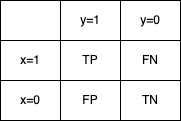
Earlier version of the draw.io export machine_learning/confusion_diagram.drawio.png (analytiq-hub/sigagent.github.io). Source tidied: cells renumbered, new cells last; positions are measured from the earlier drawing's top-left corner, leaving out a move shared by most shapes.
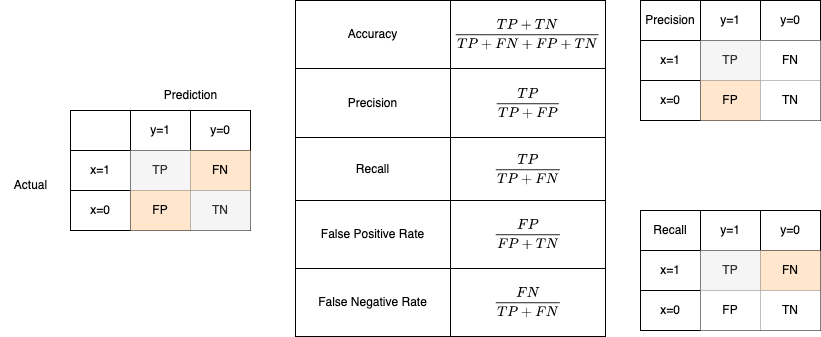
After the commit.

What changed in the source:
```diff
@@ -1,4 +1,4 @@
-<mxGraphModel>
+<mxGraphModel math="1">
   <root>
     <mxCell id="0" />
     <mxCell id="1" parent="0" />
@@ -23,10 +23,10 @@
     <mxCell id="8" value="x=1" style="shape=partialRectangle;html=1;whiteSpace=wrap;overflow=hidden;fillColor=none;top=0;left=0;bottom=0;right=0;" parent="7" vertex="1">
       <mxGeometry width="60" height="40" as="geometry" />
     </mxCell>
-    <mxCell id="9" value="TP" style="shape=partialRectangle;html=1;whiteSpace=wrap;overflow=hidden;fillColor=none;top=0;left=0;bottom=0;right=0;" parent="7" vertex="1">
+    <mxCell id="9" value="TP" style="shape=partialRectangle;html=1;whiteSpace=wrap;overflow=hidden;fillColor=#f5f5f5;top=0;left=0;bottom=0;right=0;fontColor=#333333;strokeColor=#666666;" parent="7" vertex="1">
       <mxGeometry x="60" width="60" height="40" as="geometry" />
     </mxCell>
-    <mxCell id="10" value="FN" style="shape=partialRectangle;html=1;whiteSpace=wrap;overflow=hidden;fillColor=none;top=0;left=0;bottom=0;right=0;" parent="7" vertex="1">
+    <mxCell id="10" value="FN" style="shape=partialRectangle;html=1;whiteSpace=wrap;overflow=hidden;fillColor=#ffe6cc;top=0;left=0;bottom=0;right=0;strokeColor=#d79b00;" parent="7" vertex="1">
       <mxGeometry x="120" width="60" height="40" as="geometry" />
     </mxCell>
     <mxCell id="11" style="shape=tableRow;horizontal=0;startSize=0;swimlaneHead=0;swimlaneBody=0;top=0;left=0;bottom=0;right=0;fillColor=none;" parent="2" vertex="1">
@@ -35,11 +35,143 @@
     <mxCell id="12" value="x=0" style="shape=partialRectangle;html=1;whiteSpace=wrap;overflow=hidden;fillColor=none;top=0;left=0;bottom=0;right=0;" parent="11" vertex="1">
       <mxGeometry width="60" height="40" as="geometry" />
     </mxCell>
-    <mxCell id="13" value="FP" style="shape=partialRectangle;html=1;whiteSpace=wrap;overflow=hidden;fillColor=none;top=0;left=0;bottom=0;right=0;" parent="11" vertex="1">
+    <mxCell id="13" value="FP" style="shape=partialRectangle;html=1;whiteSpace=wrap;overflow=hidden;fillColor=#ffe6cc;top=0;left=0;bottom=0;right=0;strokeColor=#d79b00;" parent="11" vertex="1">
       <mxGeometry x="60" width="60" height="40" as="geometry" />
     </mxCell>
-    <mxCell id="14" value="TN" style="shape=partialRectangle;html=1;whiteSpace=wrap;overflow=hidden;fillColor=none;top=0;left=0;bottom=0;right=0;" parent="11" vertex="1">
+    <mxCell id="14" value="TN" style="shape=partialRectangle;html=1;whiteSpace=wrap;overflow=hidden;fillColor=#f5f5f5;top=0;left=0;bottom=0;right=0;fontColor=#333333;strokeColor=#666666;" parent="11" vertex="1">
       <mxGeometry x="120" width="60" height="40" as="geometry" />
     </mxCell>
+    <mxCell id="15" value="Prediction" style="text;html=1;align=center;verticalAlign=middle;strokeColor=none;fillColor=none;" parent="1" vertex="1">
+      <mxGeometry x="80" y="-30" width="80" height="30" as="geometry" />
+    </mxCell>
+    <mxCell id="16" value="Actual" style="text;html=1;align=center;verticalAlign=middle;strokeColor=none;fillColor=none;" parent="1" vertex="1">
+      <mxGeometry x="-70" y="60" width="60" height="30" as="geometry" />
+    </mxCell>
+    <mxCell id="17" style="shape=table;startSize=0;" parent="1" vertex="1">
+      <mxGeometry x="225" y="-110" width="310" height="336" as="geometry" />
+    </mxCell>
+    <mxCell id="18" style="shape=tableRow;horizontal=0;startSize=0;swimlaneHead=0;swimlaneBody=0;top=0;left=0;bottom=0;right=0;fillColor=none;" parent="17" vertex="1">
+      <mxGeometry width="310" height="68" as="geometry" />
+    </mxCell>
+    <mxCell id="19" value="Accuracy" style="shape=partialRectangle;html=1;whiteSpace=wrap;overflow=hidden;fillColor=none;top=0;left=0;bottom=0;right=0;" parent="18" vertex="1">
+      <mxGeometry width="155" height="68" as="geometry" />
+    </mxCell>
+    <mxCell id="20" value="&lt;div&gt;$$\frac{TP+TN}{TP+FN+FP+TN}$$&lt;/div&gt;" style="shape=partialRectangle;html=1;whiteSpace=wrap;overflow=hidden;fillColor=none;top=0;left=0;bottom=0;right=0;" parent="18" vertex="1">
+      <mxGeometry x="155" width="155" height="68" as="geometry" />
+    </mxCell>
+    <mxCell id="21" style="shape=tableRow;horizontal=0;startSize=0;swimlaneHead=0;swimlaneBody=0;top=0;left=0;bottom=0;right=0;fillColor=none;" parent="17" vertex="1">
+      <mxGeometry y="68" width="310" height="69" as="geometry" />
+    </mxCell>
+    <mxCell id="22" value="Precision" style="shape=partialRectangle;html=1;whiteSpace=wrap;overflow=hidden;fillColor=none;top=0;left=0;bottom=0;right=0;" parent="21" vertex="1">
+      <mxGeometry width="155" height="69" as="geometry" />
+    </mxCell>
+    <mxCell id="23" value="&lt;div&gt;$$\frac{TP}{TP+FP}$$&lt;/div&gt;" style="shape=partialRectangle;html=1;whiteSpace=wrap;overflow=hidden;fillColor=none;top=0;left=0;bottom=0;right=0;" parent="21" vertex="1">
+      <mxGeometry x="155" width="155" height="69" as="geometry" />
+    </mxCell>
+    <mxCell id="24" style="shape=tableRow;horizontal=0;startSize=0;swimlaneHead=0;swimlaneBody=0;top=0;left=0;bottom=0;right=0;fillColor=none;" parent="17" vertex="1">
+      <mxGeometry y="137" width="310" height="63" as="geometry" />
+    </mxCell>
+    <mxCell id="25" value="Recall" style="shape=partialRectangle;html=1;whiteSpace=wrap;overflow=hidden;fillColor=none;top=0;left=0;bottom=0;right=0;" parent="24" vertex="1">
+      <mxGeometry width="155" height="63" as="geometry" />
+    </mxCell>
+    <mxCell id="26" value="&lt;div&gt;$$\frac{TP}{TP+FN}$$&lt;/div&gt;" style="shape=partialRectangle;html=1;whiteSpace=wrap;overflow=hidden;fillColor=none;top=0;left=0;bottom=0;right=0;" parent="24" vertex="1">
+      <mxGeometry x="155" width="155" height="63" as="geometry" />
+    </mxCell>
+    <mxCell id="27" style="shape=tableRow;horizontal=0;startSize=0;swimlaneHead=0;swimlaneBody=0;top=0;left=0;bottom=0;right=0;fillColor=none;" parent="17" vertex="1">
+      <mxGeometry y="200" width="310" height="68" as="geometry" />
+    </mxCell>
+    <mxCell id="28" value="False Positive Rate" style="shape=partialRectangle;html=1;whiteSpace=wrap;overflow=hidden;fillColor=none;top=0;left=0;bottom=0;right=0;" parent="27" vertex="1">
+      <mxGeometry width="155" height="68" as="geometry" />
+    </mxCell>
+    <mxCell id="29" value="&lt;div&gt;$$\frac{FP}{FP+TN}$$&lt;/div&gt;" style="shape=partialRectangle;html=1;whiteSpace=wrap;overflow=hidden;fillColor=none;top=0;left=0;bottom=0;right=0;" parent="27" vertex="1">
+      <mxGeometry x="155" width="155" height="68" as="geometry" />
+    </mxCell>
+    <mxCell id="30" style="shape=tableRow;horizontal=0;startSize=0;swimlaneHead=0;swimlaneBody=0;top=0;left=0;bottom=0;right=0;fillColor=none;" parent="17" vertex="1">
+      <mxGeometry y="268" width="310" height="68" as="geometry" />
+    </mxCell>
+    <mxCell id="31" value="False Negative Rate" style="shape=partialRectangle;html=1;whiteSpace=wrap;overflow=hidden;fillColor=none;top=0;left=0;bottom=0;right=0;" parent="30" vertex="1">
+      <mxGeometry width="155" height="68" as="geometry" />
+    </mxCell>
+    <mxCell id="32" value="&lt;div&gt;$$\frac{FN}{TP+FN}$$&lt;/div&gt;" style="shape=partialRectangle;html=1;whiteSpace=wrap;overflow=hidden;fillColor=none;top=0;left=0;bottom=0;right=0;" parent="30" vertex="1">
+      <mxGeometry x="155" width="155" height="68" as="geometry" />
+    </mxCell>
+    <mxCell id="33" style="shape=table;startSize=0;" parent="1" vertex="1">
+      <mxGeometry x="570" y="-110" width="180" height="120" as="geometry" />
+    </mxCell>
+    <mxCell id="34" style="shape=tableRow;horizontal=0;startSize=0;swimlaneHead=0;swimlaneBody=0;top=0;left=0;bottom=0;right=0;fillColor=none;" parent="33" vertex="1">
+      <mxGeometry width="180" height="40" as="geometry" />
+    </mxCell>
+    <mxCell id="35" value="Precision" style="shape=partialRectangle;html=1;whiteSpace=wrap;overflow=hidden;fillColor=none;top=0;left=0;bottom=0;right=0;" parent="34" vertex="1">
+      <mxGeometry width="60" height="40" as="geometry" />
+    </mxCell>
+    <mxCell id="36" value="y=1" style="shape=partialRectangle;html=1;whiteSpace=wrap;overflow=hidden;fillColor=none;top=0;left=0;bottom=0;right=0;" parent="34" vertex="1">
+      <mxGeometry x="60" width="60" height="40" as="geometry" />
+    </mxCell>
+    <mxCell id="37" value="y=0" style="shape=partialRectangle;html=1;whiteSpace=wrap;overflow=hidden;fillColor=none;top=0;left=0;bottom=0;right=0;" parent="34" vertex="1">
+      <mxGeometry x="120" width="60" height="40" as="geometry" />
+    </mxCell>
+    <mxCell id="38" style="shape=tableRow;horizontal=0;startSize=0;swimlaneHead=0;swimlaneBody=0;top=0;left=0;bottom=0;right=0;fillColor=none;" parent="33" vertex="1">
+      <mxGeometry y="40" width="180" height="40" as="geometry" />
+    </mxCell>
+    <mxCell id="39" value="x=1" style="shape=partialRectangle;html=1;whiteSpace=wrap;overflow=hidden;fillColor=none;top=0;left=0;bottom=0;right=0;" parent="38" vertex="1">
+      <mxGeometry width="60" height="40" as="geometry" />
+    </mxCell>
+    <mxCell id="40" value="TP" style="shape=partialRectangle;html=1;whiteSpace=wrap;overflow=hidden;fillColor=#f5f5f5;top=0;left=0;bottom=0;right=0;fontColor=#333333;strokeColor=#666666;" parent="38" vertex="1">
+      <mxGeometry x="60" width="60" height="40" as="geometry" />
+    </mxCell>
+    <mxCell id="41" value="FN" style="shape=partialRectangle;html=1;whiteSpace=wrap;overflow=hidden;top=0;left=0;bottom=0;right=0;" parent="38" vertex="1">
+      <mxGeometry x="120" width="60" height="40" as="geometry" />
+    </mxCell>
+    <mxCell id="42" style="shape=tableRow;horizontal=0;startSize=0;swimlaneHead=0;swimlaneBody=0;top=0;left=0;bottom=0;right=0;fillColor=none;" parent="33" vertex="1">
+      <mxGeometry y="80" width="180" height="40" as="geometry" />
+    </mxCell>
+    <mxCell id="43" value="x=0" style="shape=partialRectangle;html=1;whiteSpace=wrap;overflow=hidden;fillColor=none;top=0;left=0;bottom=0;right=0;" parent="42" vertex="1">
+      <mxGeometry width="60" height="40" as="geometry" />
+    </mxCell>
+    <mxCell id="44" value="FP" style="shape=partialRectangle;html=1;whiteSpace=wrap;overflow=hidden;fillColor=#ffe6cc;top=0;left=0;bottom=0;right=0;strokeColor=#d79b00;" parent="42" vertex="1">
+      <mxGeometry x="60" width="60" height="40" as="geometry" />
+    </mxCell>
+    <mxCell id="45" value="TN" style="shape=partialRectangle;html=1;whiteSpace=wrap;overflow=hidden;top=0;left=0;bottom=0;right=0;" parent="42" vertex="1">
+      <mxGeometry x="120" width="60" height="40" as="geometry" />
+    </mxCell>
+    <mxCell id="46" style="shape=table;startSize=0;" parent="1" vertex="1">
+      <mxGeometry x="570" y="100" width="180" height="120" as="geometry" />
+    </mxCell>
+    <mxCell id="47" style="shape=tableRow;horizontal=0;startSize=0;swimlaneHead=0;swimlaneBody=0;top=0;left=0;bottom=0;right=0;fillColor=none;" parent="46" vertex="1">
+      <mxGeometry width="180" height="40" as="geometry" />
+    </mxCell>
+    <mxCell id="48" value="Recall" style="shape=partialRectangle;html=1;whiteSpace=wrap;overflow=hidden;fillColor=none;top=0;left=0;bottom=0;right=0;" parent="47" vertex="1">
+      <mxGeometry width="60" height="40" as="geometry" />
+    </mxCell>
+    <mxCell id="49" value="y=1" style="shape=partialRectangle;html=1;whiteSpace=wrap;overflow=hidden;fillColor=none;top=0;left=0;bottom=0;right=0;" parent="47" vertex="1">
+      <mxGeometry x="60" width="60" height="40" as="geometry" />
+    </mxCell>
+    <mxCell id="50" value="y=0" style="shape=partialRectangle;html=1;whiteSpace=wrap;overflow=hidden;fillColor=none;top=0;left=0;bottom=0;right=0;" parent="47" vertex="1">
+      <mxGeometry x="120" width="60" height="40" as="geometry" />
+    </mxCell>
+    <mxCell id="51" style="shape=tableRow;horizontal=0;startSize=0;swimlaneHead=0;swimlaneBody=0;top=0;left=0;bottom=0;right=0;fillColor=none;" parent="46" vertex="1">
+      <mxGeometry y="40" width="180" height="40" as="geometry" />
+    </mxCell>
+    <mxCell id="52" value="x=1" style="shape=partialRectangle;html=1;whiteSpace=wrap;overflow=hidden;fillColor=none;top=0;left=0;bottom=0;right=0;" parent="51" vertex="1">
+      <mxGeometry width="60" height="40" as="geometry" />
+    </mxCell>
+    <mxCell id="53" value="TP" style="shape=partialRectangle;html=1;whiteSpace=wrap;overflow=hidden;fillColor=#f5f5f5;top=0;left=0;bottom=0;right=0;fontColor=#333333;strokeColor=#666666;" parent="51" vertex="1">
+      <mxGeometry x="60" width="60" height="40" as="geometry" />
+    </mxCell>
+    <mxCell id="54" value="FN" style="shape=partialRectangle;html=1;whiteSpace=wrap;overflow=hidden;fillColor=#ffe6cc;top=0;left=0;bottom=0;right=0;strokeColor=#d79b00;" parent="51" vertex="1">
+      <mxGeometry x="120" width="60" height="40" as="geometry" />
+    </mxCell>
+    <mxCell id="55" style="shape=tableRow;horizontal=0;startSize=0;swimlaneHead=0;swimlaneBody=0;top=0;left=0;bottom=0;right=0;fillColor=none;" parent="46" vertex="1">
+      <mxGeometry y="80" width="180" height="40" as="geometry" />
+    </mxCell>
+    <mxCell id="56" value="x=0" style="shape=partialRectangle;html=1;whiteSpace=wrap;overflow=hidden;fillColor=none;top=0;left=0;bottom=0;right=0;" parent="55" vertex="1">
+      <mxGeometry width="60" height="40" as="geometry" />
+    </mxCell>
+    <mxCell id="57" value="FP" style="shape=partialRectangle;html=1;whiteSpace=wrap;overflow=hidden;top=0;left=0;bottom=0;right=0;" parent="55" vertex="1">
+      <mxGeometry x="60" width="60" height="40" as="geometry" />
+    </mxCell>
+    <mxCell id="58" value="TN" style="shape=partialRectangle;html=1;whiteSpace=wrap;overflow=hidden;top=0;left=0;bottom=0;right=0;" parent="55" vertex="1">
+      <mxGeometry x="120" width="60" height="40" as="geometry" />
+    </mxCell>
   </root>
 </mxGraphModel>
```
